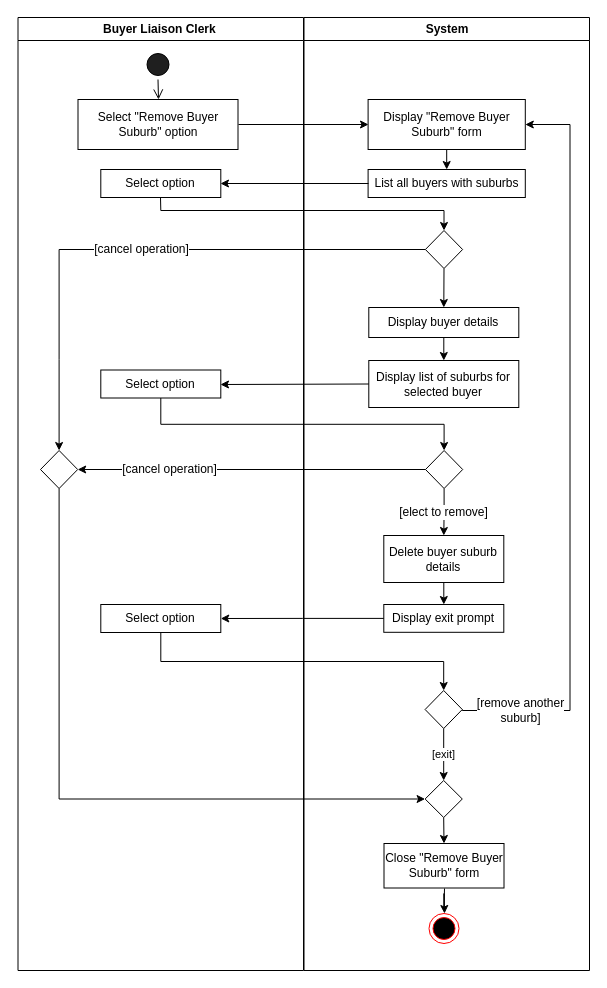
Above: 14 Remove Buyer Suburb.drawio in aliceypuff/5607_UML-diagrams (draw.io), before the change. Source tidied: cells renumbered, new cells numbered last; positions are measured from the earlier drawing's top-left corner, leaving out a move shared by most shapes. Both pictures are drawn from the tidied source at 100%, with x=0, y=0 at pixel (17, 17).
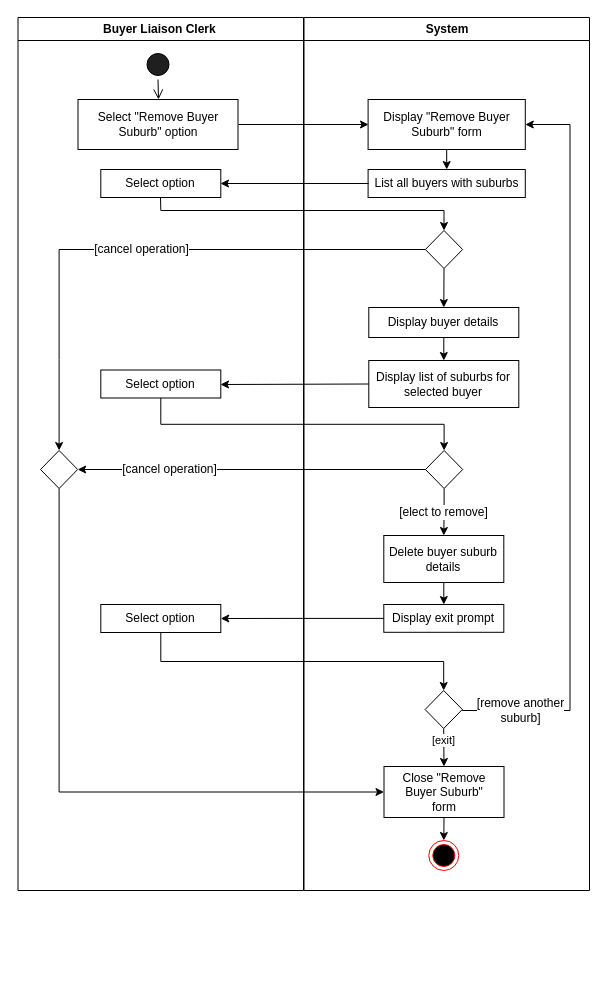
The same diagram, later.

The change refers to these unchanged cells:
```xml
<mxCell id="7" style="rhombus;whiteSpace=wrap;html=1;rounded=0;snapToPoint=1;" parent="2" vertex="1">
  <mxGeometry x="22.5" y="433" width="37.2" height="38" as="geometry" />
</mxCell>
<mxCell id="29" style="rhombus;whiteSpace=wrap;html=1;rounded=0;snapToPoint=1;" parent="10" vertex="1">
  <mxGeometry x="121.1" y="673" width="37.2" height="38" as="geometry" />
</mxCell>
```

Diff of the diagram source:
```diff
@@
     <mxCell id="2" value="Buyer Liaison Clerk " style="swimlane;whiteSpace=wrap;rounded=0;" parent="1" vertex="1">
-      <mxGeometry x="0.5" width="285.5" height="953" as="geometry" />
+      <mxGeometry x="0.5" width="285.5" height="873" as="geometry" />
     </mxCell>
@@
     <mxCell id="10" value="System" style="swimlane;whiteSpace=wrap;rounded=0;" parent="1" vertex="1">
-      <mxGeometry x="286.5" width="285.5" height="953" as="geometry" />
+      <mxGeometry x="286.5" width="285.5" height="873" as="geometry" />
     </mxCell>
@@
-    <mxCell id="21" style="edgeStyle=orthogonalEdgeStyle;rounded=0;jettySize=auto;html=1;fontFamily=Helvetica;fontSize=12;fontColor=default;snapToPoint=1;" parent="10" edge="1" source="22" target="23">
+    <mxCell id="21" style="edgeStyle=orthogonalEdgeStyle;rounded=0;jettySize=auto;html=1;exitX=0.5;exitY=1;exitDx=0;exitDy=0;entryX=0.5;entryY=0;entryDx=0;entryDy=0;" parent="10" edge="1" source="22" target="23">
       <mxGeometry relative="1" as="geometry" />
     </mxCell>
-    <mxCell id="22" value="Close &quot;Remove Buyer Suburb&quot; form" style="whiteSpace=wrap;html=1;rounded=0;snapToPoint=1;" parent="10" vertex="1">
-      <mxGeometry x="80" y="826" width="120" height="44.5" as="geometry" />
+    <mxCell id="22" value="Close &quot;Remove &lt;br&gt;Buyer Suburb&quot; &lt;br&gt;form" style="whiteSpace=wrap;html=1;rounded=0;snapToPoint=1;" parent="10" vertex="1">
+      <mxGeometry x="80" y="749" width="120" height="51" as="geometry" />
     </mxCell>
     <mxCell id="23" style="ellipse;html=1;shape=endState;fillColor=#000000;strokeColor=#ff0000;rounded=0;fontFamily=Helvetica;fontSize=12;fontColor=default;snapToPoint=1;" parent="10" vertex="1">
-      <mxGeometry x="125" y="896" width="30" height="30" as="geometry" />
+      <mxGeometry x="124.8" y="823" width="30" height="30" as="geometry" />
     </mxCell>
@@
-    <mxCell id="28" value="[exit]" style="edgeStyle=orthogonalEdgeStyle;rounded=0;jettySize=auto;html=1;exitX=0.5;exitY=1;exitDx=0;exitDy=0;entryX=0.5;entryY=0;entryDx=0;entryDy=0;" parent="10" edge="1" source="29" target="31">
-      <mxGeometry relative="1" as="geometry" />
+    <mxCell id="28" value="[exit]" style="edgeStyle=orthogonalEdgeStyle;rounded=0;jettySize=auto;html=1;exitX=0.5;exitY=1;exitDx=0;exitDy=0;entryX=0.5;entryY=0;entryDx=0;entryDy=0;" parent="10" edge="1" source="29" target="22">
+      <mxGeometry x="-0.37" relative="1" as="geometry" />
     </mxCell>
@@
-    <mxCell id="30" style="edgeStyle=orthogonalEdgeStyle;rounded=0;jettySize=auto;html=1;exitX=0.5;exitY=1;exitDx=0;exitDy=0;entryX=0.5;entryY=0;entryDx=0;entryDy=0;" parent="10" edge="1" source="31" target="22">
-      <mxGeometry relative="1" as="geometry" />
-    </mxCell>
-    <mxCell id="31" style="rhombus;whiteSpace=wrap;html=1;rounded=0;snapToPoint=1;" parent="10" vertex="1">
-      <mxGeometry x="121.1" y="763" width="37.2" height="37" as="geometry" />
-    </mxCell>
@@
-    <mxCell id="41" style="edgeStyle=orthogonalEdgeStyle;rounded=0;jettySize=auto;html=1;exitX=0.5;exitY=1;exitDx=0;exitDy=0;fontFamily=Helvetica;fontSize=12;fontColor=default;snapToPoint=1;entryX=0;entryY=0.5;entryDx=0;entryDy=0;" parent="1" edge="1" source="7" target="31">
+    <mxCell id="41" style="edgeStyle=orthogonalEdgeStyle;rounded=0;jettySize=auto;html=1;exitX=0.5;exitY=1;exitDx=0;exitDy=0;fontFamily=Helvetica;fontSize=12;fontColor=default;snapToPoint=1;entryX=0;entryY=0.5;entryDx=0;entryDy=0;" parent="1" edge="1" source="7" target="22">
       <mxGeometry relative="1" as="geometry" />
     </mxCell>
```
